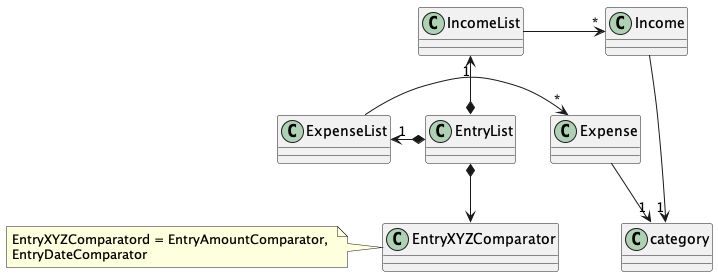
The PlantUML diagram docs/images/EntryListClassDiagram.png in nus-cs2113-AY2223S2/tp, before a commit.
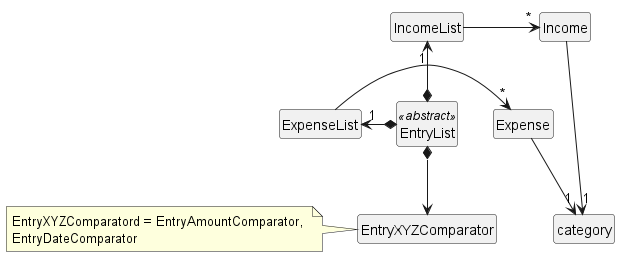
After the change.

Commit message:
modified EntryListClassDiagram, modified descrption of parser component and added parser class diagram and Ui class diagram

The edit, as a diff of the source:
```diff
@@ -1,11 +1,16 @@
 @startuml
 
-EntryList *-left-> "1" ExpenseList
+hide circle
+hide member
 
-EntryList *--> EntryXYZComparator
+class "EntryList" as entryList <<abstract>>
+
+entryList *-left-> "1" ExpenseList
+
+entryList *--> EntryXYZComparator
 note left of EntryXYZComparator: EntryXYZComparatord = EntryAmountComparator, \nEntryDateComparator
 
-EntryList *-left-> "1" IncomeList
+entryList *-left-> "1" IncomeList
 
 IncomeList -[hidden]down- ExpenseList
 
```
